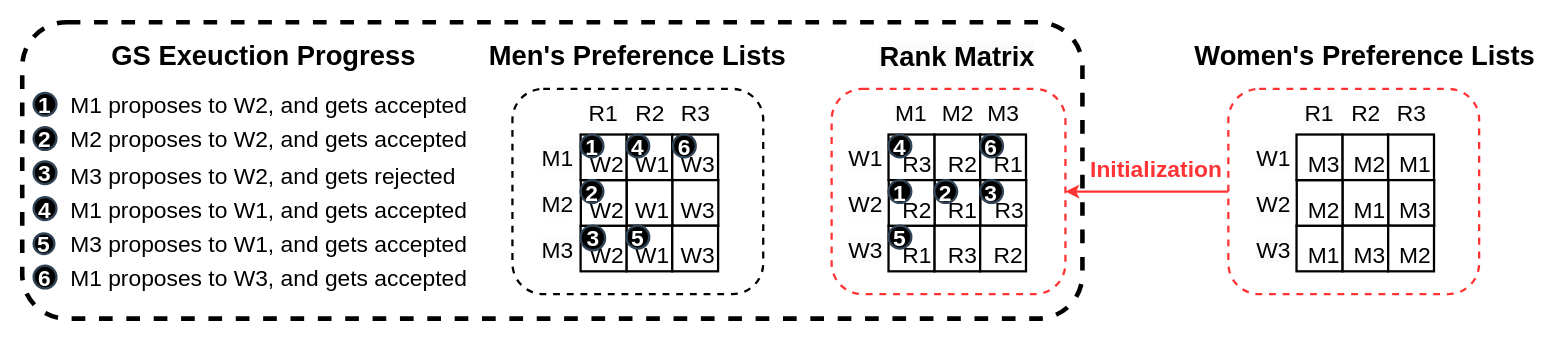
Earlier version of the draw.io diagram newGSExec.drawio (victorliu-sq/BambooSMP-Figures). Source tidied: cells renumbered, new cells numbered last; positions are measured from the earlier drawing's top-left corner, leaving out a move shared by most shapes. Both pictures are drawn from the tidied source at 114%, with x=0, y=0 at pixel (22, 22).
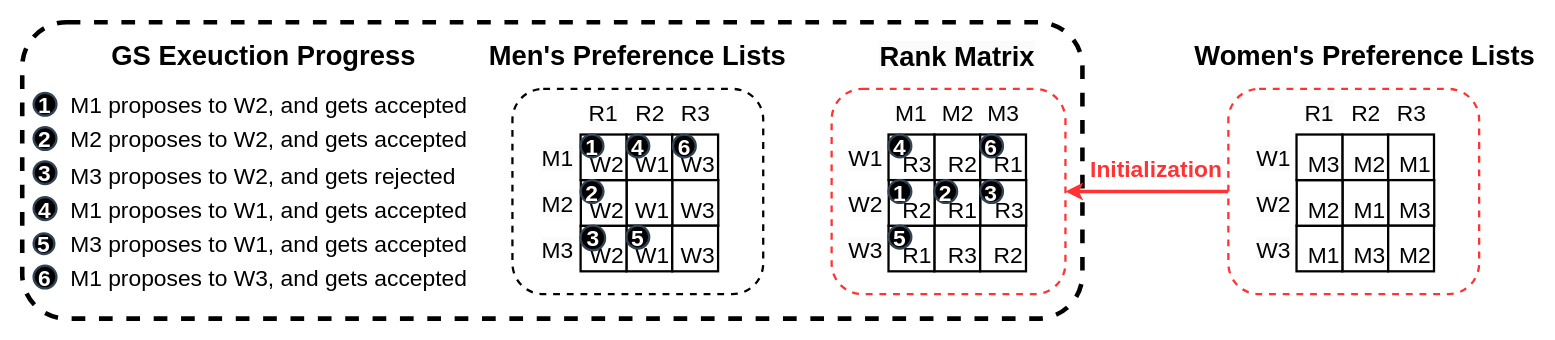
The same page after the edit.

Unchanged cells that the change refers to:
```xml
<mxCell id="4" style="rounded=1;whiteSpace=wrap;html=1;strokeWidth=2;dashed=1;strokeColor=#FF3333;" parent="1" vertex="1">
  <mxGeometry x="710" y="58.5" width="205.1" height="180" as="geometry" />
</mxCell>
<mxCell id="62" style="rounded=1;whiteSpace=wrap;html=1;strokeWidth=2;dashed=1;strokeColor=#FF3333;" parent="1" vertex="1">
  <mxGeometry x="1058" y="58.5" width="220" height="180" as="geometry" />
</mxCell>
```

What changed in the source:
```diff
@@
-    <mxCell id="61" style="edgeStyle=orthogonalEdgeStyle;rounded=0;jettySize=auto;html=1;exitX=0;exitY=0.5;exitDx=0;exitDy=0;entryX=1;entryY=0.5;entryDx=0;entryDy=0;strokeWidth=2;strokeColor=#FF3333;" parent="1" edge="1" source="62" target="4">
+    <mxCell id="61" style="edgeStyle=orthogonalEdgeStyle;rounded=0;jettySize=auto;html=1;exitX=0;exitY=0.5;exitDx=0;exitDy=0;entryX=1;entryY=0.5;entryDx=0;entryDy=0;strokeWidth=3;strokeColor=#FF3333;" parent="1" edge="1" source="62" target="4">
       <mxGeometry relative="1" as="geometry" />
     </mxCell>
```
